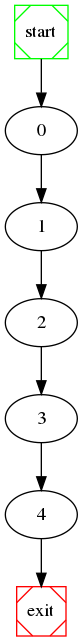
Before: wpc/raw_graph.png, a diagram exported from Graphviz (NabeelQaiser/BTP_2k18-19). Its source is kept beside it as wpc/raw_graph.dot.
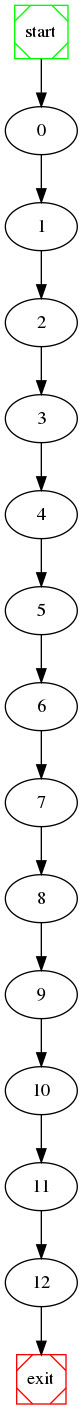
Above is the later version.

Change to the diagram source:
```diff
@@ -5,7 +5,15 @@
 	1 -> 2 ;
 	2 -> 3 ;
 	3 -> 4 ;
-	4 -> exit;
+	4 -> 5 ;
+	5 -> 6 ;
+	6 -> 7 ;
+	7 -> 8 ;
+	8 -> 9 ;
+	9 -> 10 ;
+	10 -> 11 ;
+	11 -> 12 ;
+	12 -> exit;
 
 	start [shape=Msquare, color=green];
 	exit [shape=Msquare, color=red];
```
